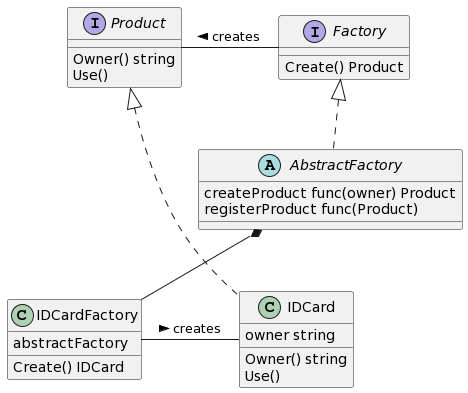
The PlantUML diagram factory_method/uml.png in SDTakeuchi/design-pattern, before a commit. The source it was exported from:
```plantuml
@startuml
interface Product {
  Owner() string
  Use()
}
interface Factory {
  Create() Product
}
abstract class AbstractFactory {
  createProduct func(owner) Product
  registerProduct func(Product)
  __
}
class IDCard {
  owner string
  Owner() string
  Use()
}
class IDCardFactory {
  abstractFactory
  Create() IDCard
}

IDCardFactory - IDCard : creates >
Product - Factory : < creates

Product <|.. IDCard

AbstractFactory *-- IDCardFactory
Factory <|.. AbstractFactory
@enduml
```
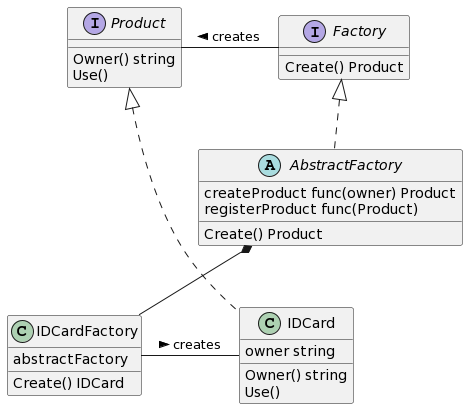
After the commit.

Diff of the diagram source:
```diff
@@ -10,6 +10,7 @@
   createProduct func(owner) Product
   registerProduct func(Product)
   __
+  Create() Product
 }
 class IDCard {
   owner string
```
